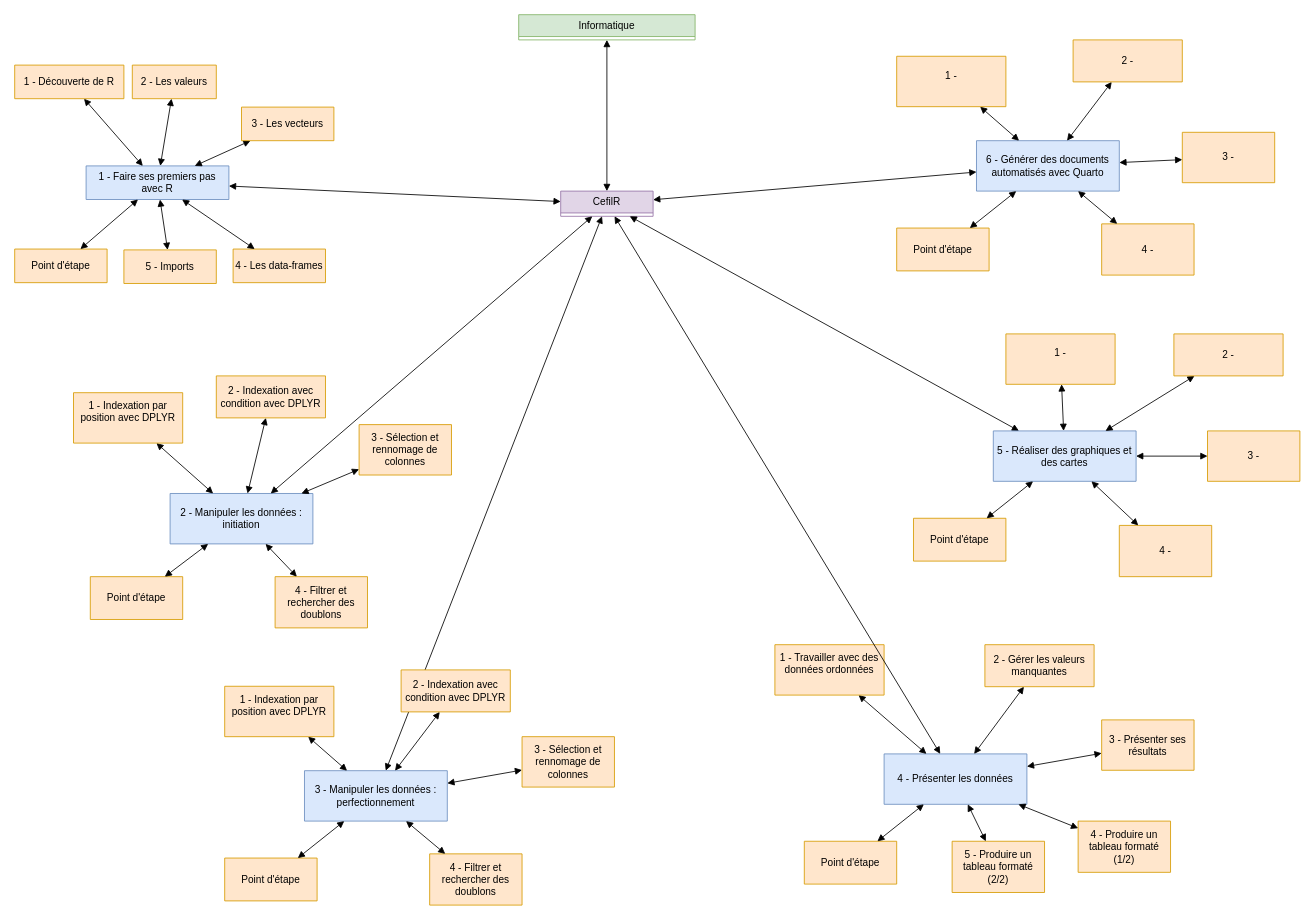
Earlier version of the draw.io diagram CefilR.drawio (jean-seb-2106/pythontest). Source tidied: cells renumbered, new cells numbered last; positions are measured from the earlier drawing's top-left corner, leaving out a move shared by most shapes. Both pictures are drawn from the tidied source at 84%, with x=0, y=0 at pixel (14, 14).
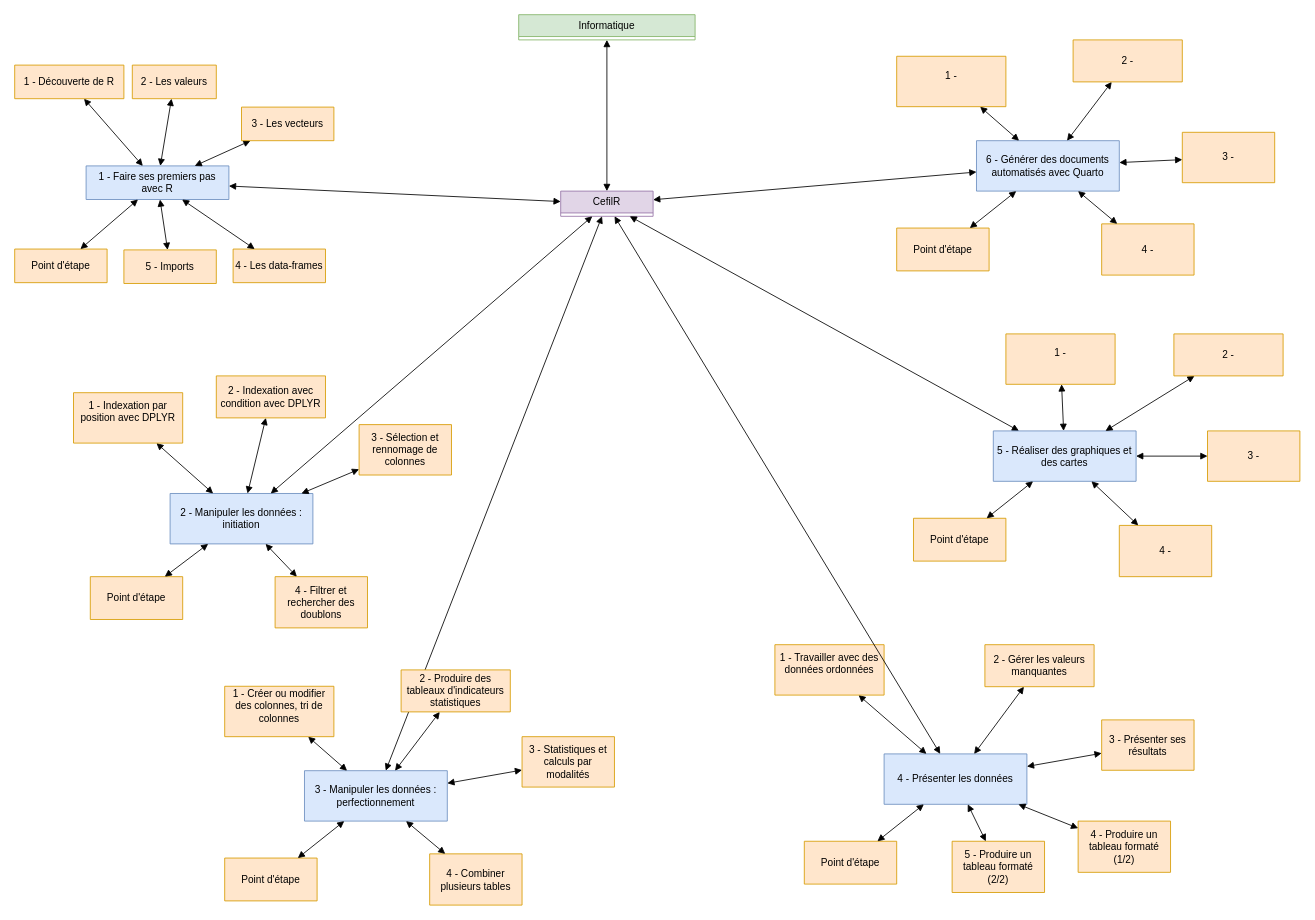
Above is the later version.

Commit message:
Mettre à jour CefilR.drawio

Change to the diagram source:
```diff
@@
-    <mxCell id="37" value="1 - Indexation par position avec DPLYR&lt;br&gt;&lt;div&gt;&lt;br&gt;&lt;/div&gt;" style="swimlane;fontStyle=0;horizontal=1;startSize=60;fillColor=#ffe6cc;whiteSpace=wrap;html=1;strokeColor=#d79b00;" parent="1" vertex="1" collapsed="1">
+    <mxCell id="37" value="1 - Créer ou modifier des colonnes, tri de colonnes&lt;br&gt;&lt;div&gt;&lt;br&gt;&lt;/div&gt;" style="swimlane;fontStyle=0;horizontal=1;startSize=60;fillColor=#ffe6cc;whiteSpace=wrap;html=1;strokeColor=#d79b00;" parent="1" vertex="1" collapsed="1">
       <mxGeometry x="250" y="799.5" width="130" height="60" as="geometry" />
     </mxCell>
-    <mxCell id="38" value="3 - Sélection et rennomage de colonnes" style="swimlane;fontStyle=0;horizontal=1;startSize=60;fillColor=#ffe6cc;whiteSpace=wrap;html=1;strokeColor=#d79b00;" parent="1" vertex="1" collapsed="1">
+    <mxCell id="38" value="3 - Statistiques et calculs par modalités" style="swimlane;fontStyle=0;horizontal=1;startSize=60;fillColor=#ffe6cc;whiteSpace=wrap;html=1;strokeColor=#d79b00;" parent="1" vertex="1" collapsed="1">
       <mxGeometry x="604" y="859.5" width="110" height="60" as="geometry" />
     </mxCell>
-    <mxCell id="39" value="2 - Indexation avec condition avec DPLYR" style="swimlane;fontStyle=0;horizontal=1;startSize=50;fillColor=#ffe6cc;whiteSpace=wrap;html=1;strokeColor=#d79b00;" parent="1" vertex="1" collapsed="1">
+    <mxCell id="39" value="2 - Produire des tableaux d'indicateurs statistiques" style="swimlane;fontStyle=0;horizontal=1;startSize=50;fillColor=#ffe6cc;whiteSpace=wrap;html=1;strokeColor=#d79b00;" parent="1" vertex="1" collapsed="1">
       <mxGeometry x="460" y="780" width="130" height="50" as="geometry" />
     </mxCell>
-    <mxCell id="40" value="4 - Filtrer et rechercher des doublons" style="swimlane;fontStyle=0;horizontal=1;startSize=61;fillColor=#ffe6cc;whiteSpace=wrap;html=1;strokeColor=#d79b00;" parent="1" vertex="1" collapsed="1">
+    <mxCell id="40" value="4 - Combiner plusieurs tables" style="swimlane;fontStyle=0;horizontal=1;startSize=61;fillColor=#ffe6cc;whiteSpace=wrap;html=1;strokeColor=#d79b00;" parent="1" vertex="1" collapsed="1">
       <mxGeometry x="494" y="999" width="110" height="61" as="geometry" />
     </mxCell>
```
